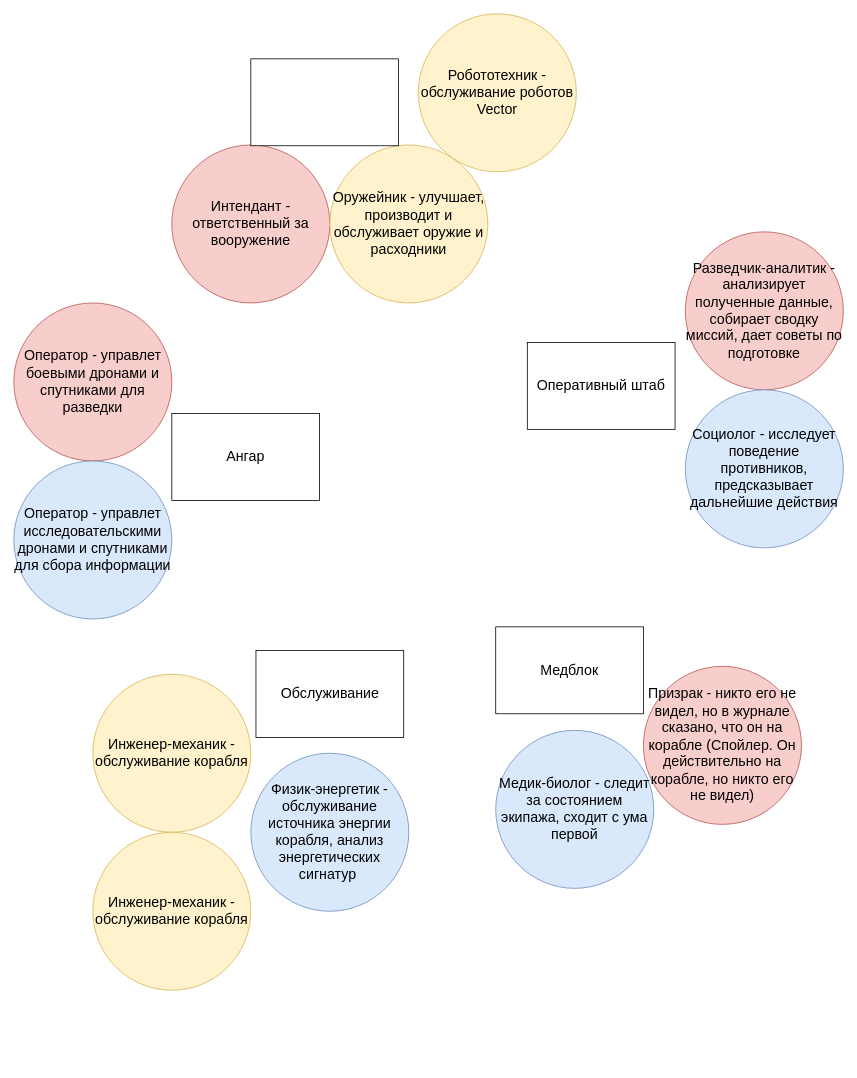
Before: Геймдизайн/Референсы/Экипаж.drawio in LuminescentNebula/TriangleWiki, a draw.io diagram. Source tidied: cells renumbered, new cells numbered last; positions are measured from the earlier drawing's top-left corner, leaving out a move shared by most shapes. Both pictures are drawn from the tidied source at 79%, with x=0, y=0 at pixel (13, 13).
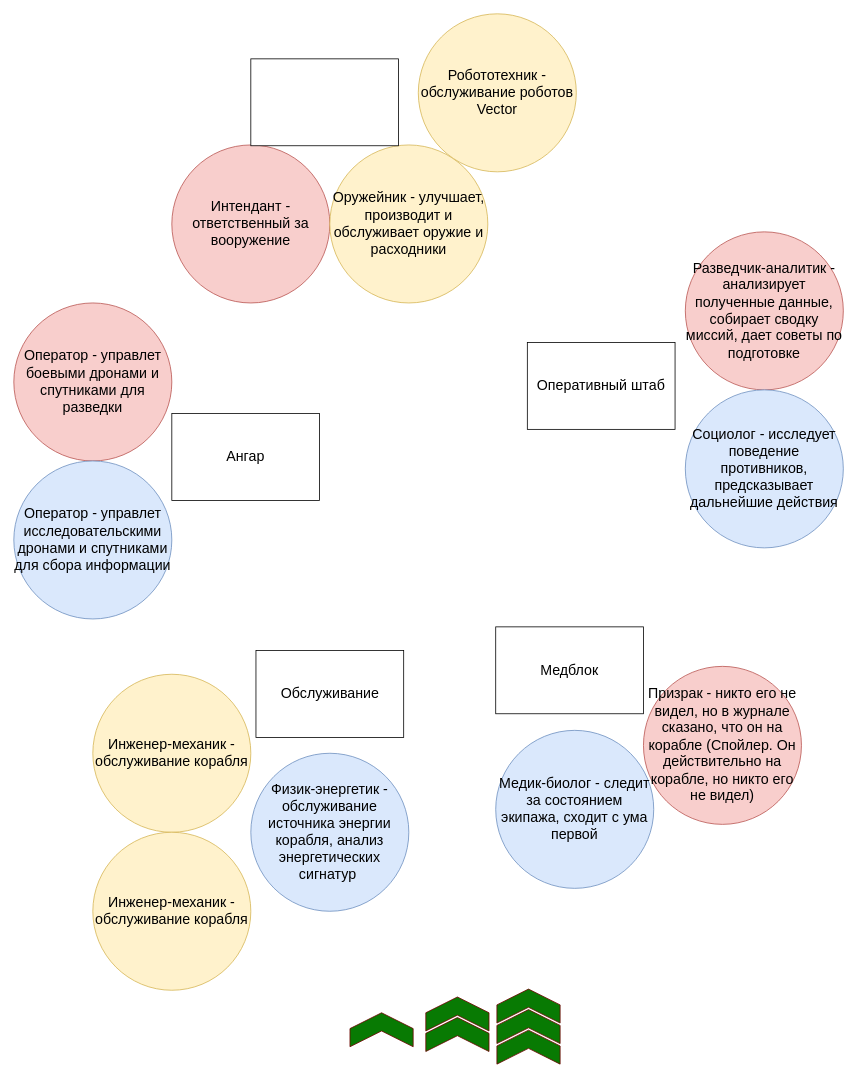
The same page after the edit.

Diff of the diagram source:
```diff
@@
+    <mxCell id="19" style="shape=step;perimeter=stepPerimeter;whiteSpace=wrap;html=1;fixedSize=1;rotation=-90;fillColor=#087A03;strokeColor=#6F0000;fontColor=#ffffff;" parent="1" vertex="1">
+      <mxGeometry x="444" y="1246" width="43" height="80" as="geometry" />
+    </mxCell>
+    <mxCell id="20" style="group;" parent="1" vertex="1">
+      <mxGeometry x="521.5" y="1244.5" width="80" height="69" as="geometry" />
+    </mxCell>
+    <mxCell id="21" style="shape=step;perimeter=stepPerimeter;whiteSpace=wrap;html=1;fixedSize=1;rotation=-90;fillColor=#087A03;strokeColor=#6F0000;fontColor=#ffffff;" parent="20" vertex="1">
+      <mxGeometry x="18.5" y="-18.5" width="43" height="80" as="geometry" />
+    </mxCell>
+    <mxCell id="22" style="shape=step;perimeter=stepPerimeter;whiteSpace=wrap;html=1;fixedSize=1;rotation=-90;fillColor=#087A03;strokeColor=#6F0000;fontColor=#ffffff;" parent="20" vertex="1">
+      <mxGeometry x="18.5" y="7.5" width="43" height="80" as="geometry" />
+    </mxCell>
+    <mxCell id="23" style="group;" parent="1" vertex="1">
+      <mxGeometry x="611.5" y="1234.5" width="80" height="95" as="geometry" />
+    </mxCell>
+    <mxCell id="24" style="shape=step;perimeter=stepPerimeter;whiteSpace=wrap;html=1;fixedSize=1;rotation=-90;fillColor=#087A03;strokeColor=#6F0000;fontColor=#ffffff;" parent="23" vertex="1">
+      <mxGeometry x="18.5" y="33.5" width="43" height="80" as="geometry" />
+    </mxCell>
+    <mxCell id="25" style="shape=step;perimeter=stepPerimeter;whiteSpace=wrap;html=1;fixedSize=1;rotation=-90;fillColor=#087A03;strokeColor=#6F0000;fontColor=#ffffff;" parent="23" vertex="1">
+      <mxGeometry x="18.5" y="7.5" width="43" height="80" as="geometry" />
+    </mxCell>
+    <mxCell id="26" style="shape=step;perimeter=stepPerimeter;whiteSpace=wrap;html=1;fixedSize=1;rotation=-90;fillColor=#087A03;strokeColor=#6F0000;fontColor=#ffffff;" parent="23" vertex="1">
+      <mxGeometry x="18.5" y="-18.5" width="43" height="80" as="geometry" />
+    </mxCell>
```
